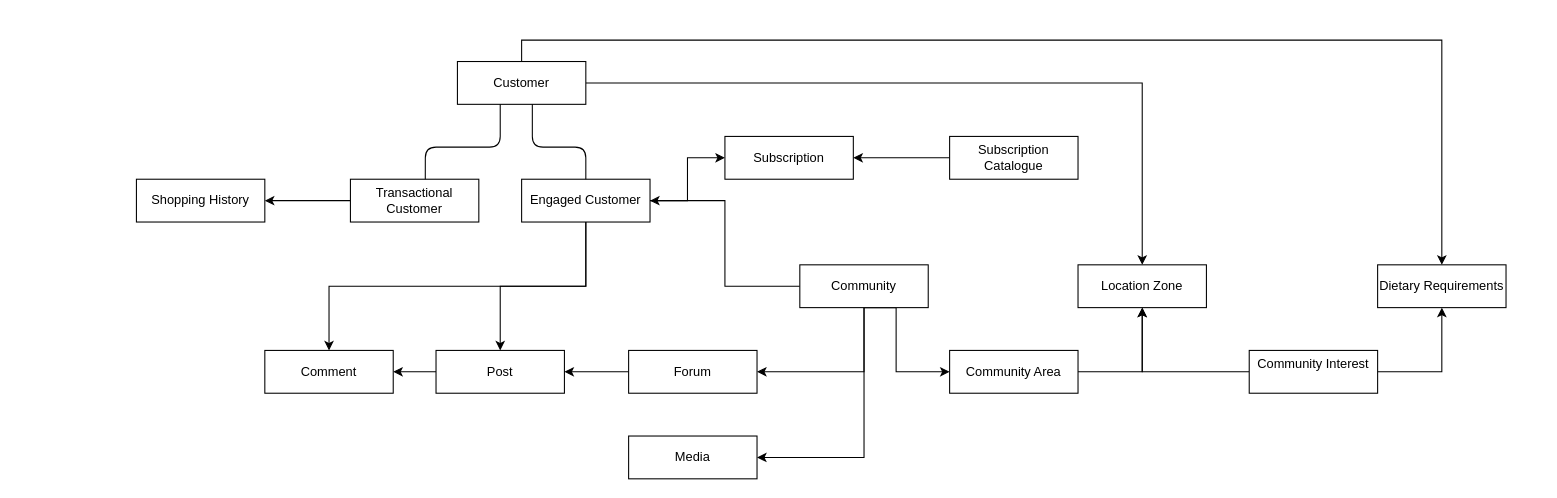
Above: page "DataModel" (1 of 3) of diagrams/diagrams.drawio in DVDemon/mobile_tractor_system_katas (draw.io), before the change. Source tidied: cells renumbered, new cells numbered last; positions are measured from the earlier drawing's top-left corner, leaving out a move shared by most shapes. Both pictures are drawn from the tidied source at 107%, with x=0, y=0 at pixel (136, 61).
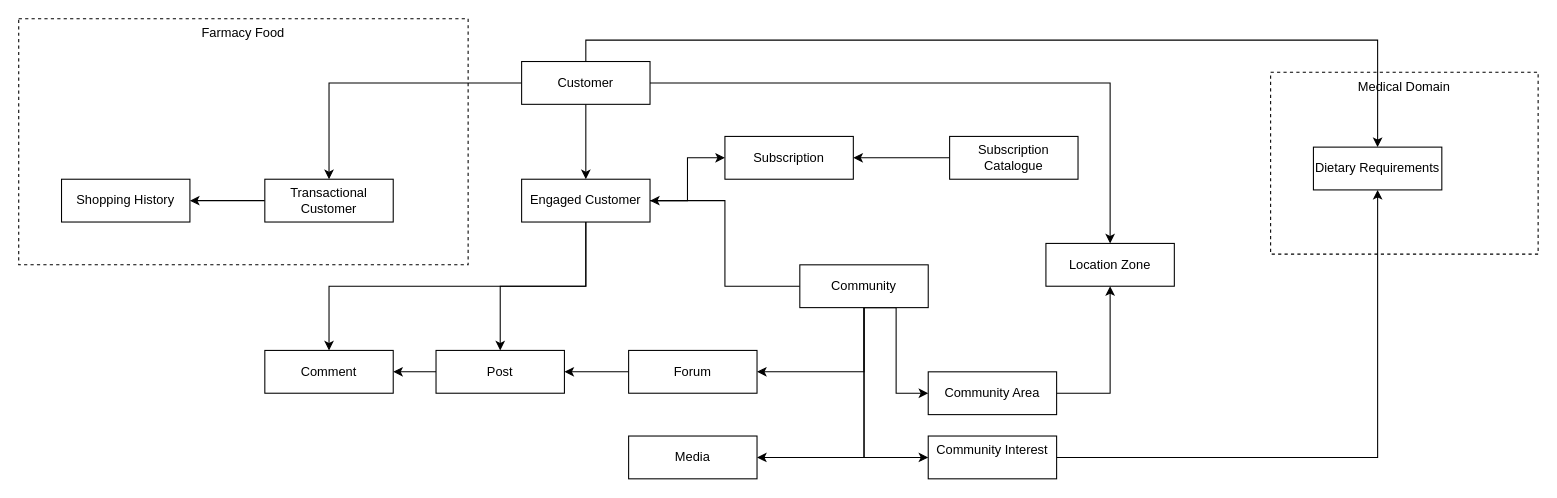
The same page after the edit.

The change refers to these unchanged cells:
```xml
<mxCell id="10" value="Engaged Customer" style="rounded=0;whiteSpace=wrap;html=1;" parent="1" vertex="1">
  <mxGeometry x="360" y="110" width="120" height="40" as="geometry" />
</mxCell>
<mxCell id="19" value="Community" style="rounded=0;whiteSpace=wrap;html=1;" parent="1" vertex="1">
  <mxGeometry x="620" y="190" width="120" height="40" as="geometry" />
</mxCell>
```

Diff of the diagram source:
```diff
@@
+    <mxCell id="35" value="Medical Domain" style="rounded=0;whiteSpace=wrap;html=1;dashed=1;verticalAlign=top;" parent="1" vertex="1">
+      <mxGeometry x="1060" y="10" width="250" height="170" as="geometry" />
+    </mxCell>
+    <mxCell id="36" value="Farmacy Food" style="rounded=0;whiteSpace=wrap;html=1;dashed=1;verticalAlign=top;" parent="1" vertex="1">
+      <mxGeometry x="-110" y="-40" width="420" height="230" as="geometry" />
+    </mxCell>
@@
+    <mxCell id="37" style="edgeStyle=orthogonalEdgeStyle;rounded=0;jettySize=auto;html=1;" parent="1" edge="1" source="4" target="10">
+      <mxGeometry relative="1" as="geometry" />
+    </mxCell>
+    <mxCell id="38" style="edgeStyle=orthogonalEdgeStyle;rounded=0;jettySize=auto;html=1;" parent="1" edge="1" source="4" target="6">
+      <mxGeometry relative="1" as="geometry" />
+    </mxCell>
     <mxCell id="4" value="Customer" style="rounded=0;whiteSpace=wrap;html=1;" parent="1" vertex="1">
-      <mxGeometry x="300" width="120" height="40" as="geometry" />
+      <mxGeometry x="360" width="120" height="40" as="geometry" />
     </mxCell>
@@
     <mxCell id="6" value="Transactional Customer" style="rounded=0;whiteSpace=wrap;html=1;" parent="1" vertex="1">
-      <mxGeometry x="200" y="110" width="120" height="40" as="geometry" />
+      <mxGeometry x="120" y="110" width="120" height="40" as="geometry" />
     </mxCell>
@@
-    <mxCell id="11" style="endArrow=none;html=1;exitX=0.583;exitY=0;exitDx=0;exitDy=0;exitPerimeter=0;" parent="1" edge="1" source="6">
-      <mxGeometry relative="1" as="geometry">
-        <mxPoint x="340" y="40" as="targetPoint" />
-        <Array as="points">
-          <mxPoint x="270" y="80" />
-          <mxPoint x="340" y="80" />
-        </Array>
-      </mxGeometry>
-    </mxCell>
-    <mxCell id="12" style="endArrow=none;html=1;exitX=0.5;exitY=0;exitDx=0;exitDy=0;" parent="1" edge="1" source="10">
-      <mxGeometry relative="1" as="geometry">
-        <mxPoint x="370" y="40" as="targetPoint" />
-        <Array as="points">
-          <mxPoint x="420" y="80" />
-          <mxPoint x="370" y="80" />
-        </Array>
-      </mxGeometry>
-    </mxCell>
     <mxCell id="13" value="Location Zone" style="rounded=0;whiteSpace=wrap;html=1;" parent="1" vertex="1">
-      <mxGeometry x="880" y="190" width="120" height="40" as="geometry" />
+      <mxGeometry x="850" y="170" width="120" height="40" as="geometry" />
     </mxCell>
     <mxCell id="14" value="Dietary Requirements" style="rounded=0;whiteSpace=wrap;html=1;" parent="1" vertex="1">
-      <mxGeometry x="1160" y="190" width="120" height="40" as="geometry" />
+      <mxGeometry x="1100" y="80" width="120" height="40" as="geometry" />
     </mxCell>
@@
+    <mxCell id="39" style="edgeStyle=orthogonalEdgeStyle;rounded=0;jettySize=auto;html=1;exitX=0.5;exitY=1;exitDx=0;exitDy=0;entryX=0;entryY=0.5;entryDx=0;entryDy=0;" parent="1" edge="1" source="19" target="27">
+      <mxGeometry relative="1" as="geometry" />
+    </mxCell>
@@
     <mxCell id="24" value="Community Area" style="rounded=0;whiteSpace=wrap;html=1;" parent="1" vertex="1">
-      <mxGeometry x="760" y="270" width="120" height="40" as="geometry" />
+      <mxGeometry x="740" y="290" width="120" height="40" as="geometry" />
     </mxCell>
@@
-    <mxCell id="26" style="edgeStyle=orthogonalEdgeStyle;rounded=0;jettySize=auto;html=1;entryX=0.5;entryY=1;entryDx=0;entryDy=0;" parent="1" edge="1" source="27" target="13">
-      <mxGeometry relative="1" as="geometry" />
-    </mxCell>
     <mxCell id="27" value="Community Interest&lt;br&gt;&amp;nbsp;" style="rounded=0;whiteSpace=wrap;html=1;" parent="1" vertex="1">
-      <mxGeometry x="1040" y="270" width="120" height="40" as="geometry" />
+      <mxGeometry x="740" y="350" width="120" height="40" as="geometry" />
     </mxCell>
@@
     <mxCell id="31" value="Shopping History" style="rounded=0;whiteSpace=wrap;html=1;" parent="1" vertex="1">
-      <mxGeometry y="110" width="120" height="40" as="geometry" />
+      <mxGeometry x="-70" y="110" width="120" height="40" as="geometry" />
     </mxCell>
```
